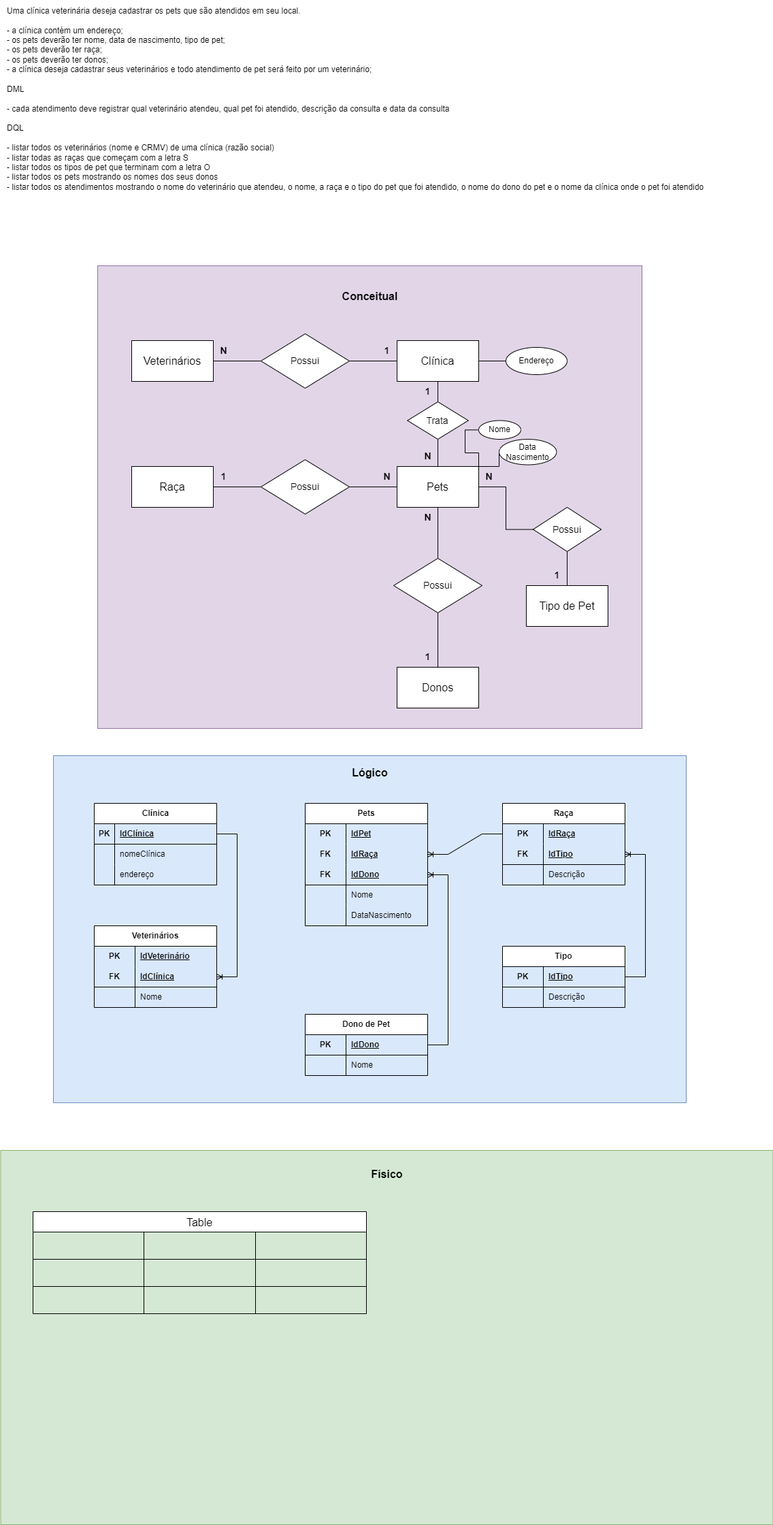
Above: Exercícios_bd/atividade_bd_1.3/modelagens_1.3.png in enzoquarelo/SENAI_2S (draw.io), before the change. Source tidied: cells renumbered, new cells last; positions are measured from the earlier drawing's top-left corner, leaving out a move shared by most shapes.
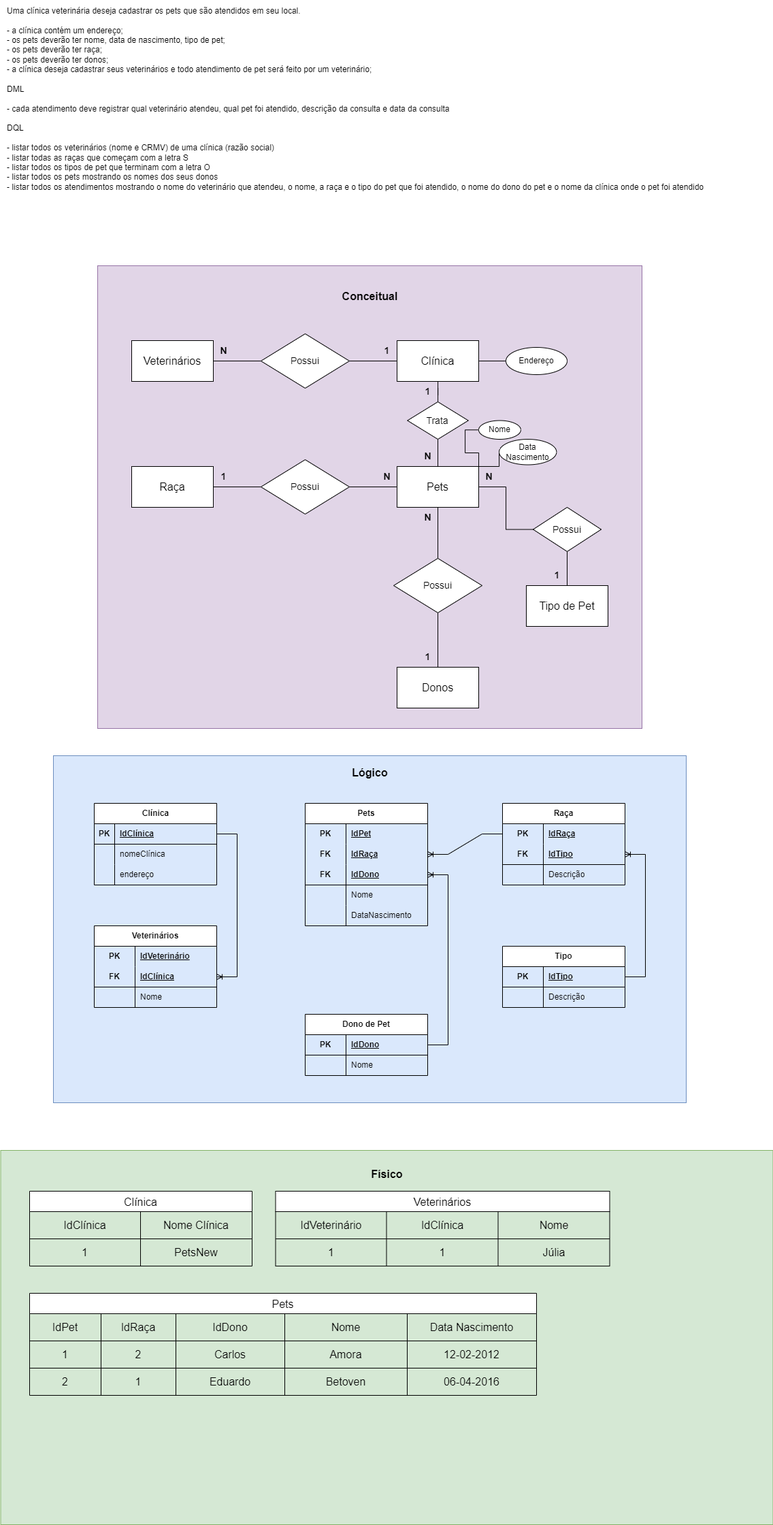
Above is the later version.

Change to the diagram source:
```diff
@@ -326,44 +326,110 @@
     <mxCell id="109" value="&lt;b&gt;&lt;font style=&quot;font-size: 16px;&quot;&gt;Físico&lt;/font&gt;&lt;/b&gt;" style="text;html=1;align=center;verticalAlign=middle;strokeColor=none;fillColor=none;" parent="1" vertex="1">
       <mxGeometry x="533" y="1710" width="70" height="30" as="geometry" />
     </mxCell>
-    <mxCell id="110" value="Table" style="shape=table;startSize=30;strokeColor=default;fontSize=16;" parent="1" vertex="1">
-      <mxGeometry x="48" y="1780" width="490" height="150" as="geometry" />
+    <mxCell id="110" value="Clínica" style="shape=table;startSize=30;strokeColor=default;fontSize=16;" parent="1" vertex="1">
+      <mxGeometry x="43" y="1750" width="327" height="110" as="geometry" />
     </mxCell>
     <mxCell id="111" style="shape=tableRow;horizontal=0;startSize=0;swimlaneHead=0;swimlaneBody=0;strokeColor=inherit;top=0;left=0;bottom=0;right=0;fillColor=none;fontSize=16;" parent="110" vertex="1">
-      <mxGeometry y="30" width="490" height="40" as="geometry" />
+      <mxGeometry y="30" width="327" height="40" as="geometry" />
     </mxCell>
-    <mxCell id="112" style="shape=partialRectangle;html=1;whiteSpace=wrap;strokeColor=inherit;overflow=hidden;fillColor=none;top=0;left=0;bottom=0;right=0;fontSize=16;" parent="111" vertex="1">
+    <mxCell id="112" value="IdClínica" style="shape=partialRectangle;html=1;whiteSpace=wrap;strokeColor=inherit;overflow=hidden;fillColor=none;top=0;left=0;bottom=0;right=0;fontSize=16;" parent="111" vertex="1">
       <mxGeometry width="163" height="40" as="geometry" />
     </mxCell>
-    <mxCell id="113" style="shape=partialRectangle;html=1;whiteSpace=wrap;strokeColor=inherit;overflow=hidden;fillColor=none;top=0;left=0;bottom=0;right=0;fontSize=16;" parent="111" vertex="1">
+    <mxCell id="113" value="Nome Clínica" style="shape=partialRectangle;html=1;whiteSpace=wrap;strokeColor=inherit;overflow=hidden;fillColor=none;top=0;left=0;bottom=0;right=0;fontSize=16;" parent="111" vertex="1">
       <mxGeometry x="163" width="164" height="40" as="geometry" />
     </mxCell>
-    <mxCell id="114" style="shape=partialRectangle;html=1;whiteSpace=wrap;strokeColor=inherit;overflow=hidden;fillColor=none;top=0;left=0;bottom=0;right=0;fontSize=16;" parent="111" vertex="1">
-      <mxGeometry x="327" width="163" height="40" as="geometry" />
-    </mxCell>
     <mxCell id="115" style="shape=tableRow;horizontal=0;startSize=0;swimlaneHead=0;swimlaneBody=0;strokeColor=inherit;top=0;left=0;bottom=0;right=0;fillColor=none;fontSize=16;" parent="110" vertex="1">
-      <mxGeometry y="70" width="490" height="40" as="geometry" />
+      <mxGeometry y="70" width="327" height="40" as="geometry" />
     </mxCell>
-    <mxCell id="116" style="shape=partialRectangle;html=1;whiteSpace=wrap;strokeColor=inherit;overflow=hidden;fillColor=none;top=0;left=0;bottom=0;right=0;fontSize=16;" parent="115" vertex="1">
+    <mxCell id="116" value="1" style="shape=partialRectangle;html=1;whiteSpace=wrap;strokeColor=inherit;overflow=hidden;fillColor=none;top=0;left=0;bottom=0;right=0;fontSize=16;" parent="115" vertex="1">
       <mxGeometry width="163" height="40" as="geometry" />
     </mxCell>
-    <mxCell id="117" style="shape=partialRectangle;html=1;whiteSpace=wrap;strokeColor=inherit;overflow=hidden;fillColor=none;top=0;left=0;bottom=0;right=0;fontSize=16;" parent="115" vertex="1">
+    <mxCell id="117" value="PetsNew" style="shape=partialRectangle;html=1;whiteSpace=wrap;strokeColor=inherit;overflow=hidden;fillColor=none;top=0;left=0;bottom=0;right=0;fontSize=16;" parent="115" vertex="1">
       <mxGeometry x="163" width="164" height="40" as="geometry" />
     </mxCell>
-    <mxCell id="118" style="shape=partialRectangle;html=1;whiteSpace=wrap;strokeColor=inherit;overflow=hidden;fillColor=none;top=0;left=0;bottom=0;right=0;fontSize=16;" parent="115" vertex="1">
-      <mxGeometry x="327" width="163" height="40" as="geometry" />
-    </mxCell>
-    <mxCell id="119" style="shape=tableRow;horizontal=0;startSize=0;swimlaneHead=0;swimlaneBody=0;strokeColor=inherit;top=0;left=0;bottom=0;right=0;fillColor=none;fontSize=16;" parent="110" vertex="1">
-      <mxGeometry y="110" width="490" height="40" as="geometry" />
-    </mxCell>
-    <mxCell id="120" style="shape=partialRectangle;html=1;whiteSpace=wrap;strokeColor=inherit;overflow=hidden;fillColor=none;top=0;left=0;bottom=0;right=0;fontSize=16;" parent="119" vertex="1">
-      <mxGeometry width="163" height="40" as="geometry" />
-    </mxCell>
-    <mxCell id="121" style="shape=partialRectangle;html=1;whiteSpace=wrap;strokeColor=inherit;overflow=hidden;fillColor=none;top=0;left=0;bottom=0;right=0;fontSize=16;" parent="119" vertex="1">
-      <mxGeometry x="163" width="164" height="40" as="geometry" />
-    </mxCell>
-    <mxCell id="122" style="shape=partialRectangle;html=1;whiteSpace=wrap;strokeColor=inherit;overflow=hidden;fillColor=none;top=0;left=0;bottom=0;right=0;fontSize=16;" parent="119" vertex="1">
-      <mxGeometry x="327" width="163" height="40" as="geometry" />
-    </mxCell>
+    <mxCell id="123" value="Veterinários" style="shape=table;startSize=30;strokeColor=default;fontSize=16;" parent="1" vertex="1">
+      <mxGeometry x="404.5" y="1750" width="491" height="110" as="geometry" />
+    </mxCell>
+    <mxCell id="124" style="shape=tableRow;horizontal=0;startSize=0;swimlaneHead=0;swimlaneBody=0;strokeColor=inherit;top=0;left=0;bottom=0;right=0;fillColor=none;fontSize=16;" parent="123" vertex="1">
+      <mxGeometry y="30" width="491" height="40" as="geometry" />
+    </mxCell>
+    <mxCell id="125" value="IdVeterinário" style="shape=partialRectangle;html=1;whiteSpace=wrap;strokeColor=inherit;overflow=hidden;fillColor=none;top=0;left=0;bottom=0;right=0;fontSize=16;" parent="124" vertex="1">
+      <mxGeometry width="163" height="40" as="geometry" />
+    </mxCell>
+    <mxCell id="126" value="IdClínica" style="shape=partialRectangle;html=1;whiteSpace=wrap;strokeColor=inherit;overflow=hidden;fillColor=none;top=0;left=0;bottom=0;right=0;fontSize=16;" parent="124" vertex="1">
+      <mxGeometry x="163" width="164" height="40" as="geometry" />
+    </mxCell>
+    <mxCell id="127" value="Nome" style="shape=partialRectangle;html=1;whiteSpace=wrap;strokeColor=inherit;overflow=hidden;fillColor=none;top=0;left=0;bottom=0;right=0;fontSize=16;" parent="124" vertex="1">
+      <mxGeometry x="327" width="164" height="40" as="geometry" />
+    </mxCell>
+    <mxCell id="128" style="shape=tableRow;horizontal=0;startSize=0;swimlaneHead=0;swimlaneBody=0;strokeColor=inherit;top=0;left=0;bottom=0;right=0;fillColor=none;fontSize=16;" parent="123" vertex="1">
+      <mxGeometry y="70" width="491" height="40" as="geometry" />
+    </mxCell>
+    <mxCell id="129" value="1" style="shape=partialRectangle;html=1;whiteSpace=wrap;strokeColor=inherit;overflow=hidden;fillColor=none;top=0;left=0;bottom=0;right=0;fontSize=16;" parent="128" vertex="1">
+      <mxGeometry width="163" height="40" as="geometry" />
+    </mxCell>
+    <mxCell id="130" value="1" style="shape=partialRectangle;html=1;whiteSpace=wrap;strokeColor=inherit;overflow=hidden;fillColor=none;top=0;left=0;bottom=0;right=0;fontSize=16;" parent="128" vertex="1">
+      <mxGeometry x="163" width="164" height="40" as="geometry" />
+    </mxCell>
+    <mxCell id="131" value="Júlia" style="shape=partialRectangle;html=1;whiteSpace=wrap;strokeColor=inherit;overflow=hidden;fillColor=none;top=0;left=0;bottom=0;right=0;fontSize=16;" parent="128" vertex="1">
+      <mxGeometry x="327" width="164" height="40" as="geometry" />
+    </mxCell>
+    <mxCell id="132" value="Pets" style="shape=table;startSize=30;strokeColor=default;fontSize=16;" parent="1" vertex="1">
+      <mxGeometry x="43" y="1900" width="745" height="150" as="geometry" />
+    </mxCell>
+    <mxCell id="133" style="shape=tableRow;horizontal=0;startSize=0;swimlaneHead=0;swimlaneBody=0;strokeColor=inherit;top=0;left=0;bottom=0;right=0;fillColor=none;fontSize=16;" parent="132" vertex="1">
+      <mxGeometry y="30" width="745" height="40" as="geometry" />
+    </mxCell>
+    <mxCell id="134" value="IdPet" style="shape=partialRectangle;html=1;whiteSpace=wrap;strokeColor=inherit;overflow=hidden;fillColor=none;top=0;left=0;bottom=0;right=0;fontSize=16;" parent="133" vertex="1">
+      <mxGeometry width="105" height="40" as="geometry" />
+    </mxCell>
+    <mxCell id="135" value="IdRaça" style="shape=partialRectangle;html=1;whiteSpace=wrap;strokeColor=inherit;overflow=hidden;fillColor=none;top=0;left=0;bottom=0;right=0;fontSize=16;" parent="133" vertex="1">
+      <mxGeometry x="105" width="110" height="40" as="geometry" />
+    </mxCell>
+    <mxCell id="136" value="IdDono" style="shape=partialRectangle;html=1;whiteSpace=wrap;strokeColor=inherit;overflow=hidden;fillColor=none;top=0;left=0;bottom=0;right=0;fontSize=16;" parent="133" vertex="1">
+      <mxGeometry x="215" width="160" height="40" as="geometry" />
+    </mxCell>
+    <mxCell id="137" value="Nome" style="shape=partialRectangle;html=1;whiteSpace=wrap;strokeColor=inherit;overflow=hidden;fillColor=none;top=0;left=0;bottom=0;right=0;fontSize=16;" parent="133" vertex="1">
+      <mxGeometry x="375" width="180" height="40" as="geometry" />
+    </mxCell>
+    <mxCell id="138" value="Data Nascimento" style="shape=partialRectangle;html=1;whiteSpace=wrap;strokeColor=inherit;overflow=hidden;fillColor=none;top=0;left=0;bottom=0;right=0;fontSize=16;" parent="133" vertex="1">
+      <mxGeometry x="555" width="190" height="40" as="geometry" />
+    </mxCell>
+    <mxCell id="139" style="shape=tableRow;horizontal=0;startSize=0;swimlaneHead=0;swimlaneBody=0;strokeColor=inherit;top=0;left=0;bottom=0;right=0;fillColor=none;fontSize=16;" parent="132" vertex="1">
+      <mxGeometry y="70" width="745" height="40" as="geometry" />
+    </mxCell>
+    <mxCell id="140" value="1" style="shape=partialRectangle;html=1;whiteSpace=wrap;strokeColor=inherit;overflow=hidden;fillColor=none;top=0;left=0;bottom=0;right=0;fontSize=16;" parent="139" vertex="1">
+      <mxGeometry width="105" height="40" as="geometry" />
+    </mxCell>
+    <mxCell id="141" value="2" style="shape=partialRectangle;html=1;whiteSpace=wrap;strokeColor=inherit;overflow=hidden;fillColor=none;top=0;left=0;bottom=0;right=0;fontSize=16;" parent="139" vertex="1">
+      <mxGeometry x="105" width="110" height="40" as="geometry" />
+    </mxCell>
+    <mxCell id="142" value="Carlos" style="shape=partialRectangle;html=1;whiteSpace=wrap;strokeColor=inherit;overflow=hidden;fillColor=none;top=0;left=0;bottom=0;right=0;fontSize=16;" parent="139" vertex="1">
+      <mxGeometry x="215" width="160" height="40" as="geometry" />
+    </mxCell>
+    <mxCell id="143" value="Amora" style="shape=partialRectangle;html=1;whiteSpace=wrap;strokeColor=inherit;overflow=hidden;fillColor=none;top=0;left=0;bottom=0;right=0;fontSize=16;" parent="139" vertex="1">
+      <mxGeometry x="375" width="180" height="40" as="geometry" />
+    </mxCell>
+    <mxCell id="144" value="12-02-2012" style="shape=partialRectangle;html=1;whiteSpace=wrap;strokeColor=inherit;overflow=hidden;fillColor=none;top=0;left=0;bottom=0;right=0;fontSize=16;" parent="139" vertex="1">
+      <mxGeometry x="555" width="190" height="40" as="geometry" />
+    </mxCell>
+    <mxCell id="145" style="shape=tableRow;horizontal=0;startSize=0;swimlaneHead=0;swimlaneBody=0;strokeColor=inherit;top=0;left=0;bottom=0;right=0;fillColor=none;fontSize=16;" parent="132" vertex="1">
+      <mxGeometry y="110" width="745" height="40" as="geometry" />
+    </mxCell>
+    <mxCell id="146" value="2" style="shape=partialRectangle;html=1;whiteSpace=wrap;strokeColor=inherit;overflow=hidden;fillColor=none;top=0;left=0;bottom=0;right=0;fontSize=16;" parent="145" vertex="1">
+      <mxGeometry width="105" height="40" as="geometry" />
+    </mxCell>
+    <mxCell id="147" value="1" style="shape=partialRectangle;html=1;whiteSpace=wrap;strokeColor=inherit;overflow=hidden;fillColor=none;top=0;left=0;bottom=0;right=0;fontSize=16;" parent="145" vertex="1">
+      <mxGeometry x="105" width="110" height="40" as="geometry" />
+    </mxCell>
+    <mxCell id="148" value="Eduardo" style="shape=partialRectangle;html=1;whiteSpace=wrap;strokeColor=inherit;overflow=hidden;fillColor=none;top=0;left=0;bottom=0;right=0;fontSize=16;" parent="145" vertex="1">
+      <mxGeometry x="215" width="160" height="40" as="geometry" />
+    </mxCell>
+    <mxCell id="149" value="Betoven" style="shape=partialRectangle;html=1;whiteSpace=wrap;strokeColor=inherit;overflow=hidden;fillColor=none;top=0;left=0;bottom=0;right=0;fontSize=16;" parent="145" vertex="1">
+      <mxGeometry x="375" width="180" height="40" as="geometry" />
+    </mxCell>
+    <mxCell id="150" value="06-04-2016" style="shape=partialRectangle;html=1;whiteSpace=wrap;strokeColor=inherit;overflow=hidden;fillColor=none;top=0;left=0;bottom=0;right=0;fontSize=16;" parent="145" vertex="1">
+      <mxGeometry x="555" width="190" height="40" as="geometry" />
+    </mxCell>
   </root>
 </mxGraphModel>
```
